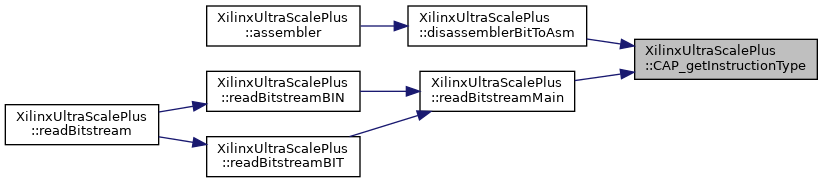
This is classXilinxUltraScalePlus_a8afd898c91c6b76582f09156a0137252_icgraph.png from FPGA-Research-Manchester/byteman, a Graphviz export, as it was before one commit. Its source is kept beside it as classXilinxUltraScalePlus_a8afd898c91c6b76582f09156a0137252_icgraph.dot.
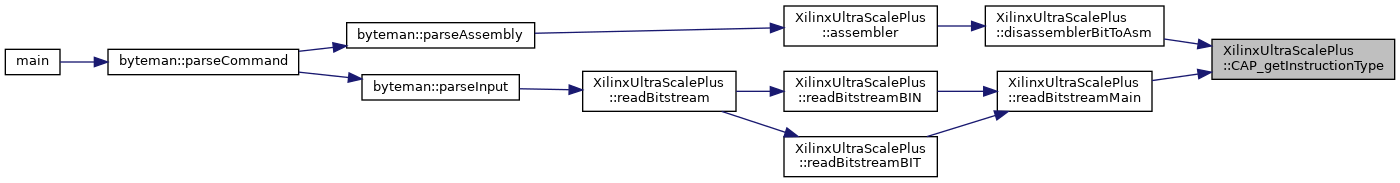
Above is the later version.

Diff of the diagram source:
```diff
@@ -8,13 +8,22 @@
   Node2 [label="XilinxUltraScalePlus\l::disassemblerBitToAsm",height=0.2,width=0.4,color="black", fillcolor="white", style="filled",URL="$classXilinxUltraScalePlus.html#a54f9af4b6723a99c0b9e8e9c9b424d00",tooltip=" "];
   Node2 -> Node3 [dir="back",color="midnightblue",fontsize="10",style="solid",fontname="Helvetica"];
   Node3 [label="XilinxUltraScalePlus\l::assembler",height=0.2,width=0.4,color="black", fillcolor="white", style="filled",URL="$classXilinxUltraScalePlus.html#a53e5f6ec962f1f2a961f90b8b9e90e10",tooltip=" "];
-  Node1 -> Node4 [dir="back",color="midnightblue",fontsize="10",style="solid",fontname="Helvetica"];
-  Node4 [label="XilinxUltraScalePlus\l::readBitstreamMain",height=0.2,width=0.4,color="black", fillcolor="white", style="filled",URL="$classXilinxUltraScalePlus.html#ade1b1830c328d64beb957417ecc445b3",tooltip=" "];
+  Node3 -> Node4 [dir="back",color="midnightblue",fontsize="10",style="solid",fontname="Helvetica"];
+  Node4 [label="byteman::parseAssembly",height=0.2,width=0.4,color="black", fillcolor="white", style="filled",URL="$classbyteman.html#a5e7f2e31d95626075a6ce22b54ecbbf8",tooltip=" "];
   Node4 -> Node5 [dir="back",color="midnightblue",fontsize="10",style="solid",fontname="Helvetica"];
-  Node5 [label="XilinxUltraScalePlus\l::readBitstreamBIN",height=0.2,width=0.4,color="black", fillcolor="white", style="filled",URL="$classXilinxUltraScalePlus.html#ae197b2b5b423cd1be99409c70f51bc37",tooltip=" "];
+  Node5 [label="byteman::parseCommand",height=0.2,width=0.4,color="black", fillcolor="white", style="filled",URL="$classbyteman.html#a97ad2d6b20a10ddb0dd8d373159eea4e",tooltip=" "];
   Node5 -> Node6 [dir="back",color="midnightblue",fontsize="10",style="solid",fontname="Helvetica"];
-  Node6 [label="XilinxUltraScalePlus\l::readBitstream",height=0.2,width=0.4,color="black", fillcolor="white", style="filled",URL="$classXilinxUltraScalePlus.html#a0e5d08a2e5c37a29a1a04d50b48739d2",tooltip=" "];
-  Node4 -> Node7 [dir="back",color="midnightblue",fontsize="10",style="solid",fontname="Helvetica"];
-  Node7 [label="XilinxUltraScalePlus\l::readBitstreamBIT",height=0.2,width=0.4,color="black", fillcolor="white", style="filled",URL="$classXilinxUltraScalePlus.html#a62dea738808396d7d520f26d8e5594d2",tooltip=" "];
-  Node7 -> Node6 [dir="back",color="midnightblue",fontsize="10",style="solid",fontname="Helvetica"];
+  Node6 [label="main",height=0.2,width=0.4,color="black", fillcolor="white", style="filled",URL="$byteman_8cpp.html#a0ddf1224851353fc92bfbff6f499fa97",tooltip=" "];
+  Node1 -> Node7 [dir="back",color="midnightblue",fontsize="10",style="solid",fontname="Helvetica"];
+  Node7 [label="XilinxUltraScalePlus\l::readBitstreamMain",height=0.2,width=0.4,color="black", fillcolor="white", style="filled",URL="$classXilinxUltraScalePlus.html#ade1b1830c328d64beb957417ecc445b3",tooltip=" "];
+  Node7 -> Node8 [dir="back",color="midnightblue",fontsize="10",style="solid",fontname="Helvetica"];
+  Node8 [label="XilinxUltraScalePlus\l::readBitstreamBIN",height=0.2,width=0.4,color="black", fillcolor="white", style="filled",URL="$classXilinxUltraScalePlus.html#ae197b2b5b423cd1be99409c70f51bc37",tooltip=" "];
+  Node8 -> Node9 [dir="back",color="midnightblue",fontsize="10",style="solid",fontname="Helvetica"];
+  Node9 [label="XilinxUltraScalePlus\l::readBitstream",height=0.2,width=0.4,color="black", fillcolor="white", style="filled",URL="$classXilinxUltraScalePlus.html#a0e5d08a2e5c37a29a1a04d50b48739d2",tooltip=" "];
+  Node9 -> Node10 [dir="back",color="midnightblue",fontsize="10",style="solid",fontname="Helvetica"];
+  Node10 [label="byteman::parseInput",height=0.2,width=0.4,color="black", fillcolor="white", style="filled",URL="$classbyteman.html#ac217ac1dbc512bf44a70b147c0ceff04",tooltip=" "];
+  Node10 -> Node5 [dir="back",color="midnightblue",fontsize="10",style="solid",fontname="Helvetica"];
+  Node7 -> Node11 [dir="back",color="midnightblue",fontsize="10",style="solid",fontname="Helvetica"];
+  Node11 [label="XilinxUltraScalePlus\l::readBitstreamBIT",height=0.2,width=0.4,color="black", fillcolor="white", style="filled",URL="$classXilinxUltraScalePlus.html#a62dea738808396d7d520f26d8e5594d2",tooltip=" "];
+  Node11 -> Node9 [dir="back",color="midnightblue",fontsize="10",style="solid",fontname="Helvetica"];
 }
```
